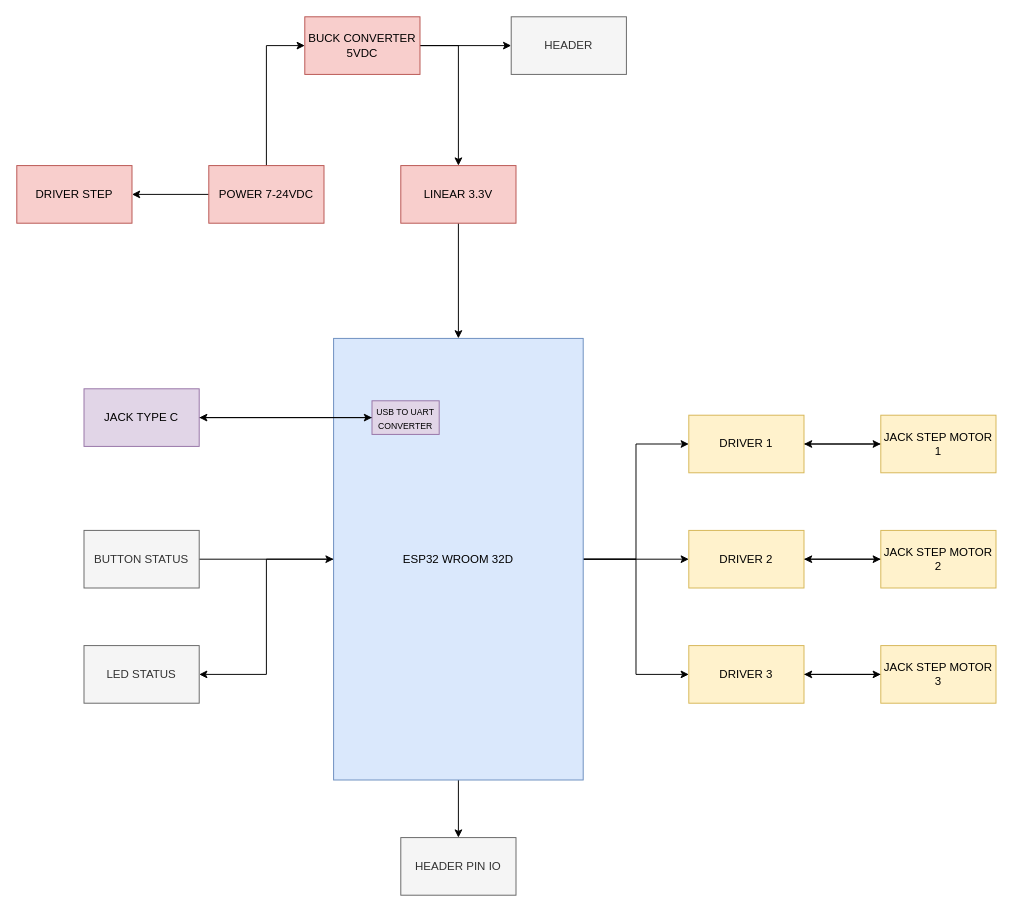
The draw.io diagram Documments/Schematic/Untitled Diagram.drawio in dodanhluong-hardware/cut_wire, before the edit. Source tidied: cells renumbered, new cells numbered last; positions are measured from the earlier drawing's top-left corner, leaving out a move shared by most shapes. Both pictures are drawn from the tidied source at 96%, with x=0, y=0 at pixel (16, 16).
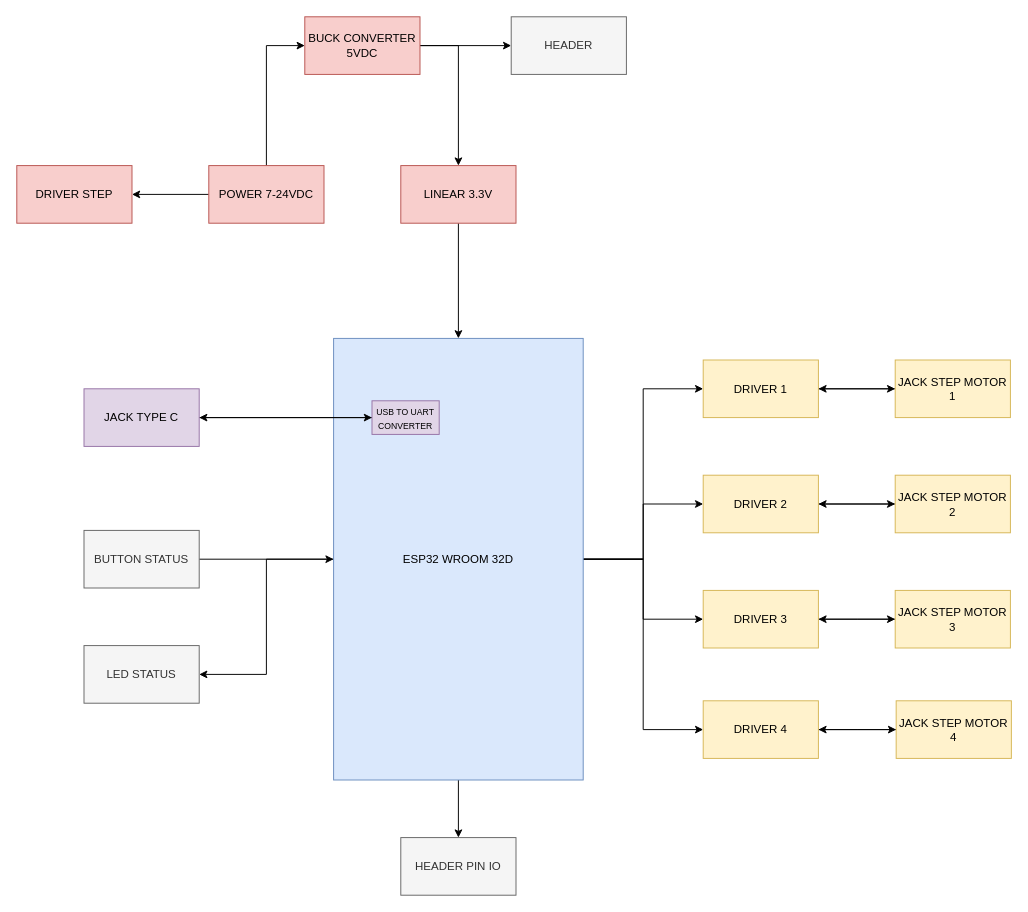
Above is the later version.

The change refers to these unchanged cells:
```xml
<mxCell id="7" value="ESP32 WROOM 32D" style="rounded=0;whiteSpace=wrap;html=1;fillColor=#dae8fc;strokeColor=#6c8ebf;" parent="1" vertex="1">
  <mxGeometry x="330" y="335" width="260" height="460" as="geometry" />
</mxCell>
```

The edit, as a diff of the source:
```diff
@@
+    <mxCell id="38" style="edgeStyle=orthogonalEdgeStyle;rounded=0;jettySize=auto;html=1;entryX=0;entryY=0.5;entryDx=0;entryDy=0;" parent="1" edge="1" source="7" target="40">
+      <mxGeometry relative="1" as="geometry" />
+    </mxCell>
@@
     <mxCell id="20" value="DRIVER 1" style="rounded=0;whiteSpace=wrap;html=1;fillColor=#fff2cc;strokeColor=#d6b656;" parent="1" vertex="1">
-      <mxGeometry x="700" y="415" width="120" height="60" as="geometry" />
+      <mxGeometry x="715" y="357.5" width="120" height="60" as="geometry" />
     </mxCell>
@@
     <mxCell id="22" value="JACK STEP MOTOR 1" style="rounded=0;whiteSpace=wrap;html=1;fillColor=#fff2cc;strokeColor=#d6b656;" parent="1" vertex="1">
-      <mxGeometry x="900" y="415" width="120" height="60" as="geometry" />
+      <mxGeometry x="915" y="357.5" width="120" height="60" as="geometry" />
     </mxCell>
@@
     <mxCell id="24" value="DRIVER 2" style="rounded=0;whiteSpace=wrap;html=1;fillColor=#fff2cc;strokeColor=#d6b656;" parent="1" vertex="1">
-      <mxGeometry x="700" y="535" width="120" height="60" as="geometry" />
+      <mxGeometry x="715" y="477.5" width="120" height="60" as="geometry" />
     </mxCell>
@@
     <mxCell id="26" value="JACK STEP MOTOR 2" style="rounded=0;whiteSpace=wrap;html=1;fillColor=#fff2cc;strokeColor=#d6b656;" parent="1" vertex="1">
-      <mxGeometry x="900" y="535" width="120" height="60" as="geometry" />
+      <mxGeometry x="915" y="477.5" width="120" height="60" as="geometry" />
     </mxCell>
@@
     <mxCell id="28" value="DRIVER 3" style="rounded=0;whiteSpace=wrap;html=1;fillColor=#fff2cc;strokeColor=#d6b656;" parent="1" vertex="1">
-      <mxGeometry x="700" y="655" width="120" height="60" as="geometry" />
+      <mxGeometry x="715" y="597.5" width="120" height="60" as="geometry" />
     </mxCell>
     <mxCell id="29" style="edgeStyle=orthogonalEdgeStyle;rounded=0;jettySize=auto;html=1;" parent="1" edge="1" source="30">
       <mxGeometry relative="1" as="geometry">
-        <mxPoint x="820" y="685" as="targetPoint" />
+        <mxPoint x="835" y="627.5" as="targetPoint" />
       </mxGeometry>
     </mxCell>
     <mxCell id="30" value="JACK STEP MOTOR 3" style="rounded=0;whiteSpace=wrap;html=1;fillColor=#fff2cc;strokeColor=#d6b656;" parent="1" vertex="1">
-      <mxGeometry x="900" y="655" width="120" height="60" as="geometry" />
+      <mxGeometry x="915" y="597.5" width="120" height="60" as="geometry" />
     </mxCell>
@@
+    <mxCell id="39" style="edgeStyle=orthogonalEdgeStyle;rounded=0;jettySize=auto;html=1;" parent="1" edge="1" source="40" target="42">
+      <mxGeometry relative="1" as="geometry" />
+    </mxCell>
+    <mxCell id="40" value="DRIVER 4" style="rounded=0;whiteSpace=wrap;html=1;fillColor=#fff2cc;strokeColor=#d6b656;" parent="1" vertex="1">
+      <mxGeometry x="715" y="712.5" width="120" height="60" as="geometry" />
+    </mxCell>
+    <mxCell id="41" style="edgeStyle=orthogonalEdgeStyle;rounded=0;jettySize=auto;html=1;" parent="1" edge="1" source="42">
+      <mxGeometry relative="1" as="geometry">
+        <mxPoint x="835" y="742.5" as="targetPoint" />
+      </mxGeometry>
+    </mxCell>
+    <mxCell id="42" value="JACK STEP MOTOR 4" style="rounded=0;whiteSpace=wrap;html=1;fillColor=#fff2cc;strokeColor=#d6b656;" parent="1" vertex="1">
+      <mxGeometry x="916" y="712.5" width="120" height="60" as="geometry" />
+    </mxCell>
```
